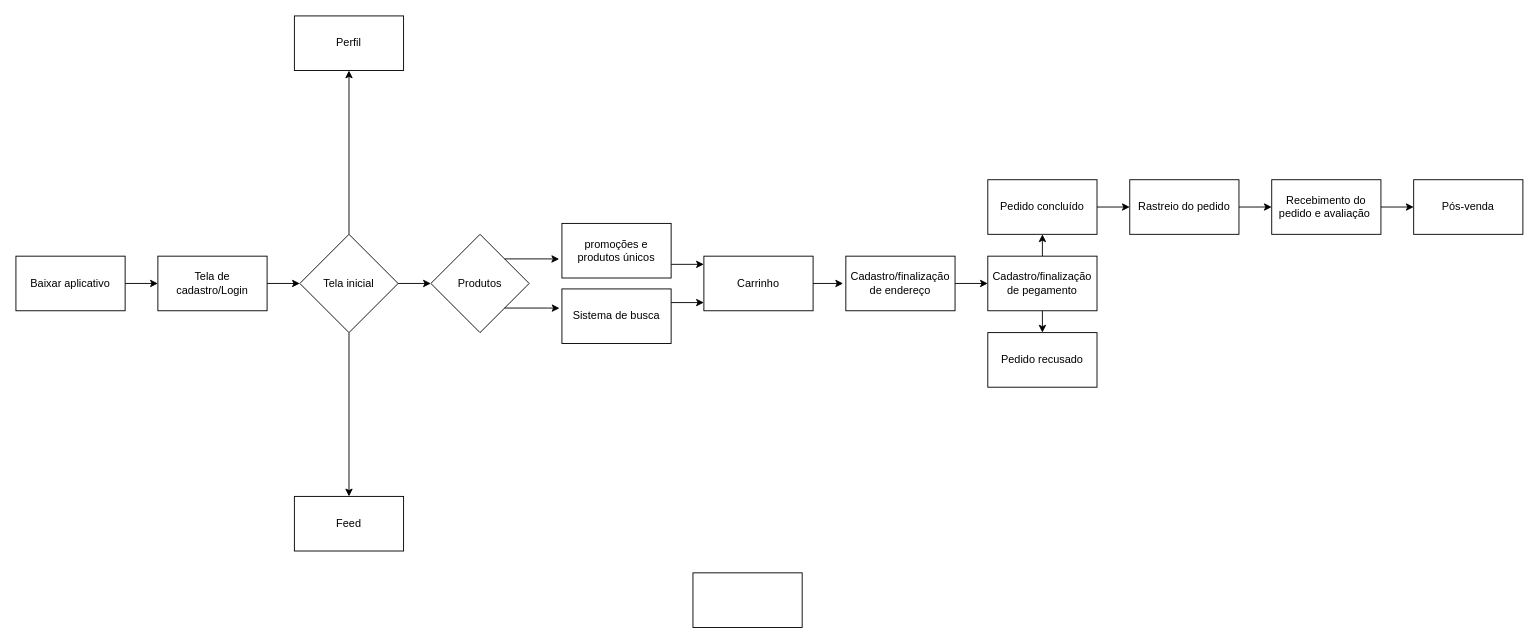
bryandlucapessoa/Prototipagem_de_sistemas_computacionais keeps this draw.io diagram as diagrama_30-03.drawio. Above is the earlier version. Source tidied: cells renumbered, new cells numbered last; positions are measured from the earlier drawing's top-left corner, leaving out a move shared by most shapes. Both pictures are drawn from the tidied source at 91%, with x=0, y=0 at pixel (15, 15).
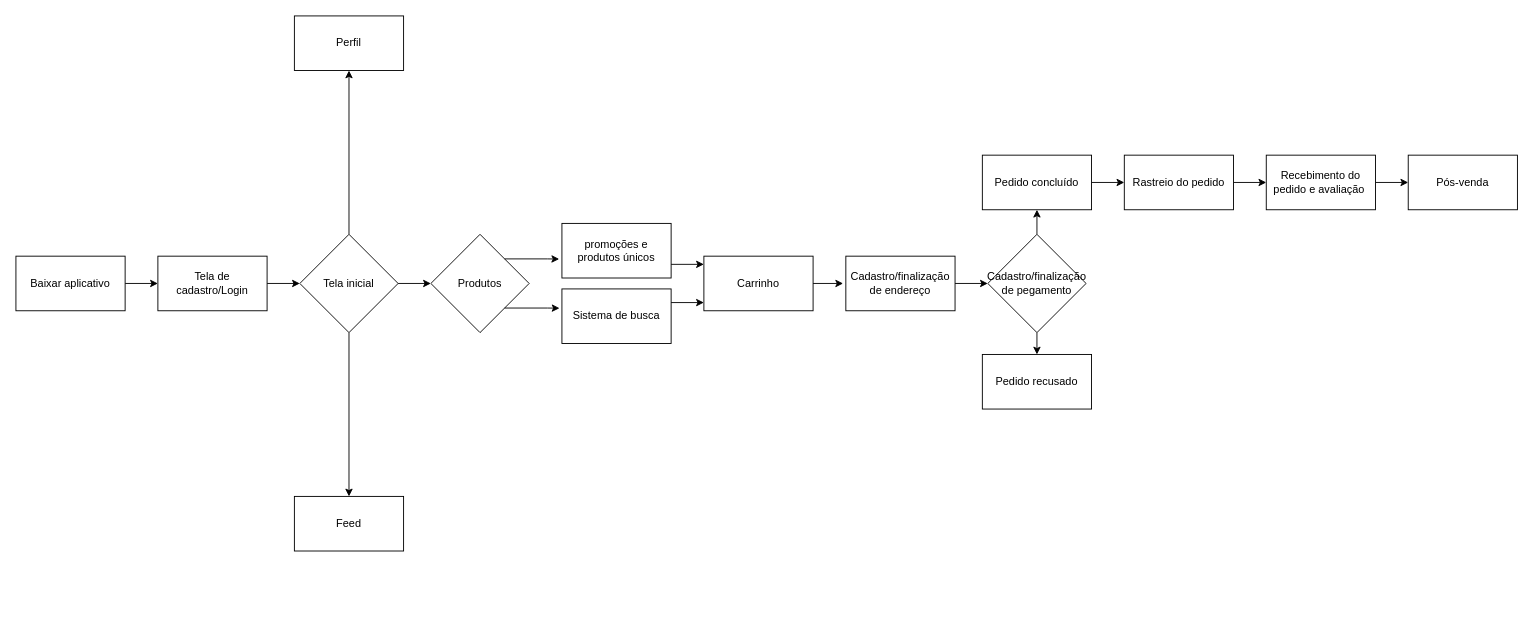
Above is the later version.

Unchanged cells that the change refers to:
```xml
<mxCell id="19" value="Cadastro/finalização de endereço" style="rounded=0;whiteSpace=wrap;html=1;" parent="1" vertex="1">
  <mxGeometry x="912" y="264" width="120" height="60" as="geometry" />
</mxCell>
```

Change to the diagram source:
```diff
@@
-    <mxCell id="18" style="edgeStyle=orthogonalEdgeStyle;rounded=0;jettySize=auto;html=1;exitX=1;exitY=0.5;exitDx=0;exitDy=0;entryX=0;entryY=0.5;entryDx=0;entryDy=0;" parent="1" edge="1" source="19" target="24">
-      <mxGeometry relative="1" as="geometry" />
+    <mxCell id="18" style="edgeStyle=orthogonalEdgeStyle;rounded=0;jettySize=auto;html=1;exitX=1;exitY=0.5;exitDx=0;exitDy=0;entryX=0;entryY=0.5;entryDx=0;entryDy=0;" parent="1" edge="1" source="19">
+      <mxGeometry relative="1" as="geometry">
+        <mxPoint x="1068" y="294" as="targetPoint" />
+      </mxGeometry>
     </mxCell>
@@
-    <mxCell id="21" style="rounded=0;whiteSpace=wrap;html=1;" parent="1" vertex="1">
-      <mxGeometry x="744" y="612" width="120" height="60" as="geometry" />
-    </mxCell>
-    <mxCell id="22" style="edgeStyle=orthogonalEdgeStyle;rounded=0;jettySize=auto;html=1;exitX=0.5;exitY=1;exitDx=0;exitDy=0;entryX=0.5;entryY=0;entryDx=0;entryDy=0;" parent="1" edge="1" source="24" target="27">
-      <mxGeometry relative="1" as="geometry" />
-    </mxCell>
-    <mxCell id="23" style="edgeStyle=orthogonalEdgeStyle;rounded=0;jettySize=auto;html=1;exitX=0.5;exitY=0;exitDx=0;exitDy=0;entryX=0.5;entryY=1;entryDx=0;entryDy=0;" parent="1" edge="1" source="24" target="26">
-      <mxGeometry relative="1" as="geometry" />
-    </mxCell>
-    <mxCell id="24" value="Cadastro/finalização de pegamento" style="rounded=0;whiteSpace=wrap;html=1;" parent="1" vertex="1">
-      <mxGeometry x="1068" y="264" width="120" height="60" as="geometry" />
-    </mxCell>
@@
     <mxCell id="26" value="Pedido concluído" style="rounded=0;whiteSpace=wrap;html=1;" parent="1" vertex="1">
-      <mxGeometry x="1068" y="180" width="120" height="60" as="geometry" />
+      <mxGeometry x="1062" y="153" width="120" height="60" as="geometry" />
     </mxCell>
     <mxCell id="27" value="Pedido recusado" style="rounded=0;whiteSpace=wrap;html=1;" parent="1" vertex="1">
-      <mxGeometry x="1068" y="348" width="120" height="60" as="geometry" />
+      <mxGeometry x="1062" y="372" width="120" height="60" as="geometry" />
     </mxCell>
@@
     <mxCell id="29" value="Rastreio do pedido" style="rounded=0;whiteSpace=wrap;html=1;" parent="1" vertex="1">
-      <mxGeometry x="1224" y="180" width="120" height="60" as="geometry" />
+      <mxGeometry x="1218" y="153" width="120" height="60" as="geometry" />
     </mxCell>
@@
     <mxCell id="31" value="Recebimento do pedido e avaliação&amp;nbsp;" style="rounded=0;whiteSpace=wrap;html=1;" parent="1" vertex="1">
-      <mxGeometry x="1380" y="180" width="120" height="60" as="geometry" />
+      <mxGeometry x="1374" y="153" width="120" height="60" as="geometry" />
     </mxCell>
     <mxCell id="32" value="Pós-venda" style="rounded=0;whiteSpace=wrap;html=1;" parent="1" vertex="1">
-      <mxGeometry x="1536" y="180" width="120" height="60" as="geometry" />
+      <mxGeometry x="1530" y="153" width="120" height="60" as="geometry" />
     </mxCell>
@@
+    <mxCell id="23" style="edgeStyle=orthogonalEdgeStyle;rounded=0;jettySize=auto;html=1;exitX=0.5;exitY=0;exitDx=0;exitDy=0;entryX=0.5;entryY=1;entryDx=0;entryDy=0;" parent="1" edge="1" source="24" target="26">
+      <mxGeometry relative="1" as="geometry" />
+    </mxCell>
+    <mxCell id="22" style="edgeStyle=orthogonalEdgeStyle;rounded=0;jettySize=auto;html=1;exitX=0.5;exitY=1;exitDx=0;exitDy=0;entryX=0.5;entryY=0;entryDx=0;entryDy=0;" parent="1" edge="1" source="24" target="27">
+      <mxGeometry relative="1" as="geometry" />
+    </mxCell>
+    <mxCell id="24" value="Cadastro/finalização de pegamento" style="rhombus;whiteSpace=wrap;html=1;" parent="1" vertex="1">
+      <mxGeometry x="1068" y="240" width="108" height="108" as="geometry" />
+    </mxCell>
```
